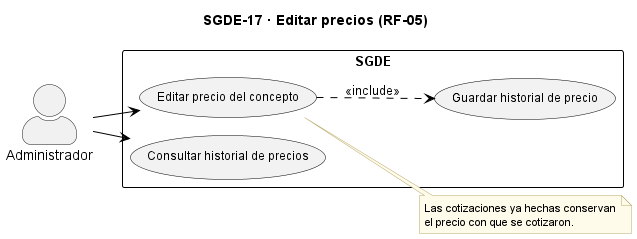
This is docs/casos_uso_sgde/SGDE-17_Editar_precios.png from AndreCamx2/Gestion-De-Eventos, a PlantUML export, as it was before one commit.
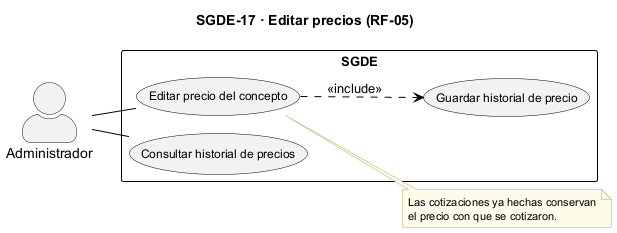
The same file after the commit.

Diff of the diagram source:
```diff
@@ -29,8 +29,8 @@
   usecase "Consultar historial de precios" as UC3
 }
 
-AD --> UC1
-AD --> UC3
+AD -- UC1
+AD -- UC3
 UC1 ..> UC2 : <<include>>
 
 note right of UC1
```
